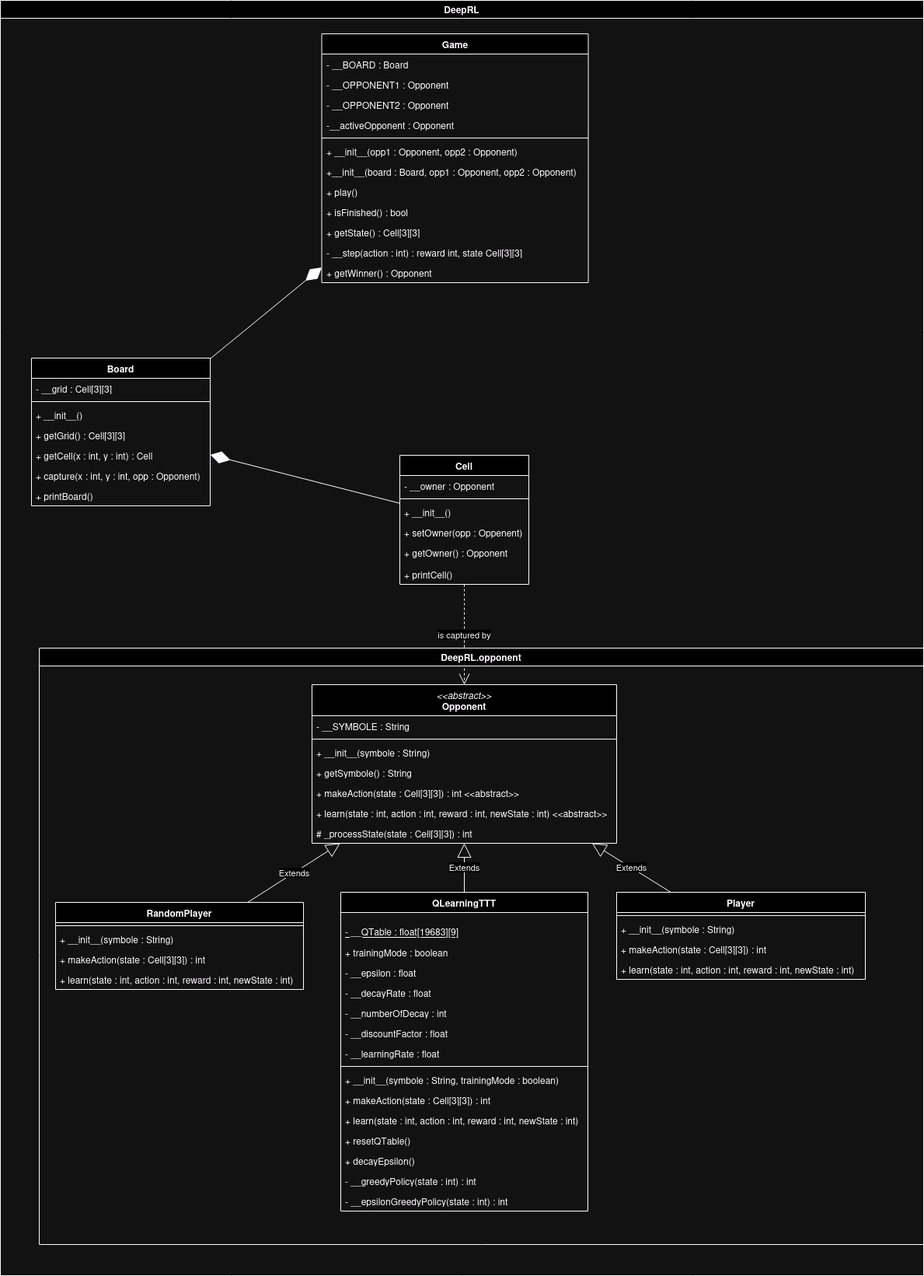
The draw.io diagram uml/UML.png in Enzo-Claeyssen/Q-Learning_for_Tic_Tac_Toe, before a commit. Source tidied: cells renumbered, new cells last; positions are measured from the earlier drawing's top-left corner, leaving out a move shared by most shapes.
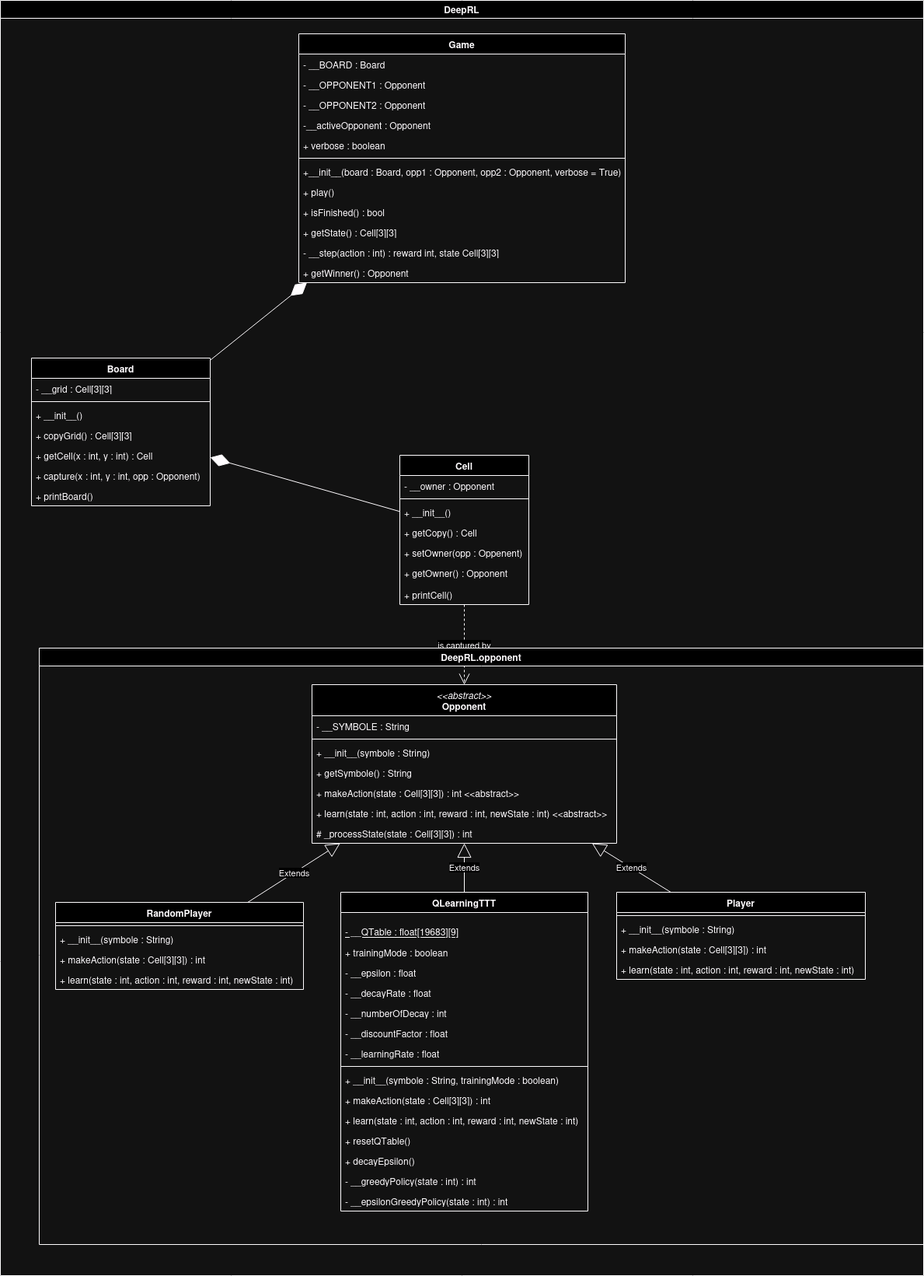
Above is the later version.

Change to the diagram source:
```diff
@@ -6,43 +6,43 @@
       <mxGeometry width="1188" height="1640" as="geometry" />
     </mxCell>
     <mxCell id="3" value="Game" style="swimlane;fontStyle=1;align=center;verticalAlign=top;horizontal=1;startSize=26;whiteSpace=wrap;html=1;" parent="2" vertex="1">
-      <mxGeometry x="413.5" y="43" width="343" height="320" as="geometry" />
+      <mxGeometry x="384" y="43" width="420" height="320" as="geometry" />
     </mxCell>
     <mxCell id="4" value="- __BOARD : Board" style="text;strokeColor=none;fillColor=none;align=left;verticalAlign=top;spacingLeft=4;spacingRight=4;overflow=hidden;whiteSpace=wrap;html=1;" parent="3" vertex="1">
-      <mxGeometry y="26" width="343" height="26" as="geometry" />
+      <mxGeometry y="26" width="420" height="26" as="geometry" />
     </mxCell>
     <mxCell id="5" value="- __OPPONENT1 : Opponent" style="text;strokeColor=none;fillColor=none;align=left;verticalAlign=top;spacingLeft=4;spacingRight=4;overflow=hidden;whiteSpace=wrap;html=1;" parent="3" vertex="1">
-      <mxGeometry y="52" width="343" height="26" as="geometry" />
+      <mxGeometry y="52" width="420" height="26" as="geometry" />
     </mxCell>
     <mxCell id="6" value="- __OPPONENT2 : Opponent" style="text;strokeColor=none;fillColor=none;align=left;verticalAlign=top;spacingLeft=4;spacingRight=4;overflow=hidden;whiteSpace=wrap;html=1;" parent="3" vertex="1">
-      <mxGeometry y="78" width="343" height="26" as="geometry" />
+      <mxGeometry y="78" width="420" height="26" as="geometry" />
     </mxCell>
     <mxCell id="7" value="-__activeOpponent : Opponent" style="text;strokeColor=none;fillColor=none;align=left;verticalAlign=top;spacingLeft=4;spacingRight=4;overflow=hidden;whiteSpace=wrap;html=1;" parent="3" vertex="1">
-      <mxGeometry y="104" width="343" height="26" as="geometry" />
+      <mxGeometry y="104" width="420" height="26" as="geometry" />
     </mxCell>
+    <mxCell id="72" value="+ verbose : boolean" style="text;strokeColor=none;fillColor=none;align=left;verticalAlign=top;spacingLeft=4;spacingRight=4;overflow=hidden;whiteSpace=wrap;html=1;" parent="3" vertex="1">
+      <mxGeometry y="130" width="420" height="26" as="geometry" />
+    </mxCell>
     <mxCell id="8" style="line;strokeWidth=1;fillColor=none;align=left;verticalAlign=middle;spacingTop=-1;spacingLeft=3;spacingRight=3;labelPosition=right;strokeColor=inherit;" parent="3" vertex="1">
-      <mxGeometry y="130" width="343" height="8" as="geometry" />
+      <mxGeometry y="156" width="420" height="8" as="geometry" />
     </mxCell>
-    <mxCell id="9" value="+ __init__(opp1 : Opponent, opp2 : Opponent)" style="text;strokeColor=none;fillColor=none;align=left;verticalAlign=top;spacingLeft=4;spacingRight=4;overflow=hidden;whiteSpace=wrap;html=1;" parent="3" vertex="1">
-      <mxGeometry y="138" width="343" height="26" as="geometry" />
-    </mxCell>
-    <mxCell id="10" value="+__init__(board : Board, opp1 : Opponent, opp2 : Opponent)" style="text;strokeColor=none;fillColor=none;align=left;verticalAlign=top;spacingLeft=4;spacingRight=4;overflow=hidden;whiteSpace=wrap;html=1;" parent="3" vertex="1">
-      <mxGeometry y="164" width="343" height="26" as="geometry" />
+    <mxCell id="10" value="+__init__(board : Board, opp1 : Opponent, opp2 : Opponent, verbose = True)" style="text;strokeColor=none;fillColor=none;align=left;verticalAlign=top;spacingLeft=4;spacingRight=4;overflow=hidden;whiteSpace=wrap;html=1;" parent="3" vertex="1">
+      <mxGeometry y="164" width="420" height="26" as="geometry" />
     </mxCell>
     <mxCell id="11" value="+ play()" style="text;strokeColor=none;fillColor=none;align=left;verticalAlign=top;spacingLeft=4;spacingRight=4;overflow=hidden;whiteSpace=wrap;html=1;" parent="3" vertex="1">
-      <mxGeometry y="190" width="343" height="26" as="geometry" />
+      <mxGeometry y="190" width="420" height="26" as="geometry" />
     </mxCell>
     <mxCell id="12" value="+ isFinished() : bool " style="text;strokeColor=none;fillColor=none;align=left;verticalAlign=top;spacingLeft=4;spacingRight=4;overflow=hidden;whiteSpace=wrap;html=1;" parent="3" vertex="1">
-      <mxGeometry y="216" width="343" height="26" as="geometry" />
+      <mxGeometry y="216" width="420" height="26" as="geometry" />
     </mxCell>
     <mxCell id="13" value="+ getState() : Cell[3][3]" style="text;strokeColor=none;fillColor=none;align=left;verticalAlign=top;spacingLeft=4;spacingRight=4;overflow=hidden;whiteSpace=wrap;html=1;" parent="3" vertex="1">
-      <mxGeometry y="242" width="343" height="26" as="geometry" />
+      <mxGeometry y="242" width="420" height="26" as="geometry" />
     </mxCell>
     <mxCell id="14" value="- __step(action : int) : reward int, state Cell[3][3]" style="text;strokeColor=none;fillColor=none;align=left;verticalAlign=top;spacingLeft=4;spacingRight=4;overflow=hidden;whiteSpace=wrap;html=1;" parent="3" vertex="1">
-      <mxGeometry y="268" width="343" height="26" as="geometry" />
+      <mxGeometry y="268" width="420" height="26" as="geometry" />
     </mxCell>
     <mxCell id="15" value="+ getWinner() : Opponent" style="text;strokeColor=none;fillColor=none;align=left;verticalAlign=top;spacingLeft=4;spacingRight=4;overflow=hidden;whiteSpace=wrap;html=1;" parent="3" vertex="1">
-      <mxGeometry y="294" width="343" height="26" as="geometry" />
+      <mxGeometry y="294" width="420" height="26" as="geometry" />
     </mxCell>
     <mxCell id="16" value="Board" style="swimlane;fontStyle=1;align=center;verticalAlign=top;horizontal=1;startSize=26;whiteSpace=wrap;html=1;" parent="2" vertex="1">
       <mxGeometry x="40" y="460" width="230" height="190" as="geometry" />
@@ -56,7 +56,7 @@
     <mxCell id="19" value="&lt;div&gt;+ __init__()&lt;/div&gt;" style="text;strokeColor=none;fillColor=none;align=left;verticalAlign=top;spacingLeft=4;spacingRight=4;overflow=hidden;whiteSpace=wrap;html=1;" parent="16" vertex="1">
       <mxGeometry y="60" width="230" height="26" as="geometry" />
     </mxCell>
-    <mxCell id="20" value="+ getGrid() : Cell[3][3] " style="text;strokeColor=none;fillColor=none;align=left;verticalAlign=top;spacingLeft=4;spacingRight=4;overflow=hidden;whiteSpace=wrap;html=1;" parent="16" vertex="1">
+    <mxCell id="20" value="+ copyGrid() : Cell[3][3] " style="text;strokeColor=none;fillColor=none;align=left;verticalAlign=top;spacingLeft=4;spacingRight=4;overflow=hidden;whiteSpace=wrap;html=1;" parent="16" vertex="1">
       <mxGeometry y="86" width="230" height="26" as="geometry" />
     </mxCell>
     <mxCell id="21" value="+ getCell(x : int, y : int) : Cell" style="text;strokeColor=none;fillColor=none;align=left;verticalAlign=top;spacingLeft=4;spacingRight=4;overflow=hidden;whiteSpace=wrap;html=1;" parent="16" vertex="1">
@@ -72,7 +72,7 @@
       <mxGeometry relative="1" as="geometry" />
     </mxCell>
     <mxCell id="25" value="Cell" style="swimlane;fontStyle=1;align=center;verticalAlign=top;horizontal=1;startSize=26;whiteSpace=wrap;html=1;" parent="2" vertex="1">
-      <mxGeometry x="514" y="585" width="166" height="166" as="geometry" />
+      <mxGeometry x="514" y="585" width="166" height="192" as="geometry" />
     </mxCell>
     <mxCell id="26" value="- __owner : Opponent" style="text;strokeColor=none;fillColor=none;align=left;verticalAlign=top;spacingLeft=4;spacingRight=4;overflow=hidden;whiteSpace=wrap;html=1;" parent="25" vertex="1">
       <mxGeometry y="26" width="166" height="26" as="geometry" />
@@ -83,14 +83,17 @@
     <mxCell id="28" value="+ __init__()" style="text;strokeColor=none;fillColor=none;align=left;verticalAlign=top;spacingLeft=4;spacingRight=4;overflow=hidden;whiteSpace=wrap;html=1;" parent="25" vertex="1">
       <mxGeometry y="60" width="166" height="26" as="geometry" />
     </mxCell>
+    <mxCell id="73" value="+ getCopy() : Cell" style="text;strokeColor=none;fillColor=none;align=left;verticalAlign=top;spacingLeft=4;spacingRight=4;overflow=hidden;whiteSpace=wrap;html=1;" parent="25" vertex="1">
+      <mxGeometry y="86" width="166" height="26" as="geometry" />
+    </mxCell>
     <mxCell id="29" value="+ setOwner(opp : Oppenent)" style="text;strokeColor=none;fillColor=none;align=left;verticalAlign=top;spacingLeft=4;spacingRight=4;overflow=hidden;whiteSpace=wrap;html=1;" parent="25" vertex="1">
-      <mxGeometry y="86" width="166" height="26" as="geometry" />
+      <mxGeometry y="112" width="166" height="26" as="geometry" />
     </mxCell>
     <mxCell id="30" value="&lt;div&gt;+ getOwner() : Opponent&lt;/div&gt;" style="text;strokeColor=none;fillColor=none;align=left;verticalAlign=top;spacingLeft=4;spacingRight=4;overflow=hidden;whiteSpace=wrap;html=1;" parent="25" vertex="1">
-      <mxGeometry y="112" width="166" height="28" as="geometry" />
+      <mxGeometry y="138" width="166" height="28" as="geometry" />
     </mxCell>
     <mxCell id="31" value="+ printCell()" style="text;strokeColor=none;fillColor=none;align=left;verticalAlign=top;spacingLeft=4;spacingRight=4;overflow=hidden;whiteSpace=wrap;html=1;" parent="25" vertex="1">
-      <mxGeometry y="140" width="166" height="26" as="geometry" />
+      <mxGeometry y="166" width="166" height="26" as="geometry" />
     </mxCell>
     <mxCell id="32" style="endArrow=diamondThin;endFill=1;endSize=24;html=1;rounded=0;" parent="2" edge="1" source="25" target="16">
       <mxGeometry relative="1" as="geometry" />
```
